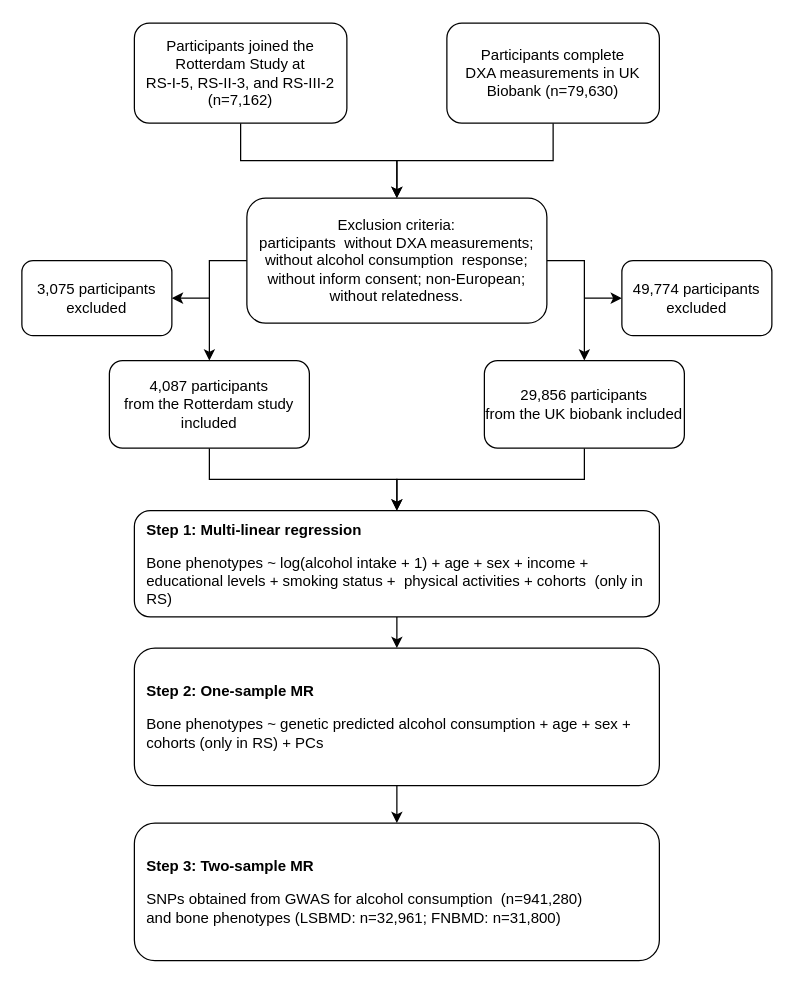
Earlier version of the draw.io diagram 未命名绘图.drawio (xphe29/Alcohol_and_Bone). Source tidied: cells renumbered, new cells numbered last; positions are measured from the earlier drawing's top-left corner, leaving out a move shared by most shapes. Both pictures are drawn from the tidied source at 125%, with x=0, y=0 at pixel (21, 22).
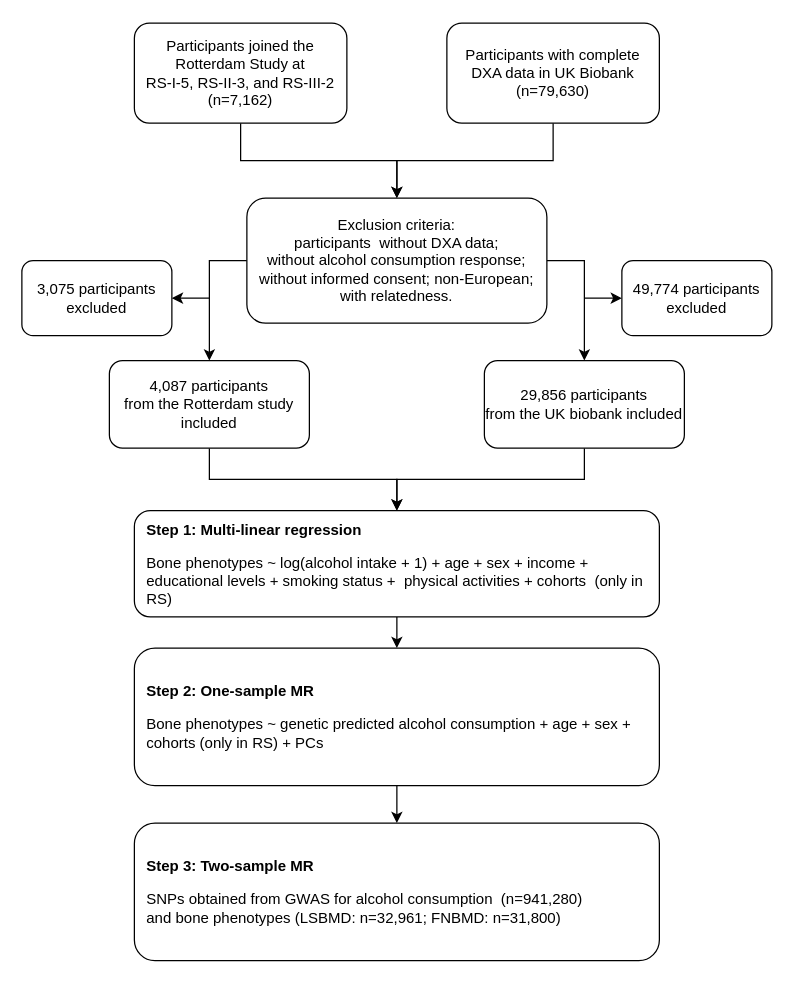
The same diagram, later.

Commit message:
更新未命名绘图.drawio

Change to the diagram source:
```diff
@@
-    <mxCell id="5" value="&lt;p align=&quot;center&quot; class=&quot;MsoNormal&quot;&gt;Participants complete&lt;br/&gt;DXA measurements in UK Biobank (n=79,630)&lt;/p&gt;" style="rounded=1;whiteSpace=wrap;html=1;" parent="1" vertex="1">
+    <mxCell id="5" value="&lt;p align=&quot;center&quot; class=&quot;MsoNormal&quot;&gt;Participants with complete&lt;br&gt;DXA data in UK Biobank (n=79,630)&lt;/p&gt;" style="rounded=1;whiteSpace=wrap;html=1;" parent="1" vertex="1">
       <mxGeometry x="340" width="170" height="80" as="geometry" />
     </mxCell>
@@
-    <mxCell id="8" value="&lt;p align=&quot;center&quot; class=&quot;MsoNormal&quot;&gt;Exclusion criteria:&lt;br/&gt;participants&amp;nbsp; without DXA measurements;&lt;br/&gt;without alcohol consumption&amp;nbsp; response;&lt;br/&gt;without inform consent; non-European; without relatedness.&lt;/p&gt;" style="whiteSpace=wrap;html=1;rounded=1;" parent="1" vertex="1">
+    <mxCell id="8" value="&lt;p align=&quot;center&quot; class=&quot;MsoNormal&quot;&gt;Exclusion criteria:&lt;br&gt;participants&amp;nbsp; without DXA data;&lt;br&gt;without alcohol consumption response;&lt;br&gt;without informed consent; non-European; with relatedness.&lt;/p&gt;" style="whiteSpace=wrap;html=1;rounded=1;" parent="1" vertex="1">
       <mxGeometry x="180" y="140" width="240" height="100" as="geometry" />
     </mxCell>
```
